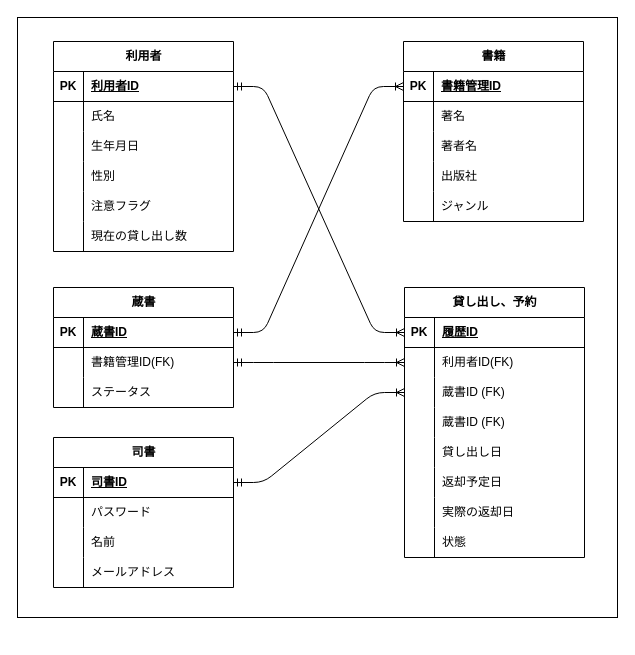
Above: ER/liblaly_ER図.drawio in lc-lor-lcb/liblary (draw.io), before the change. Source tidied: cells renumbered, new cells numbered last; positions are measured from the earlier drawing's top-left corner, leaving out a move shared by most shapes. Both pictures are drawn from the tidied source at 100%, with x=0, y=0 at pixel (17, 17).
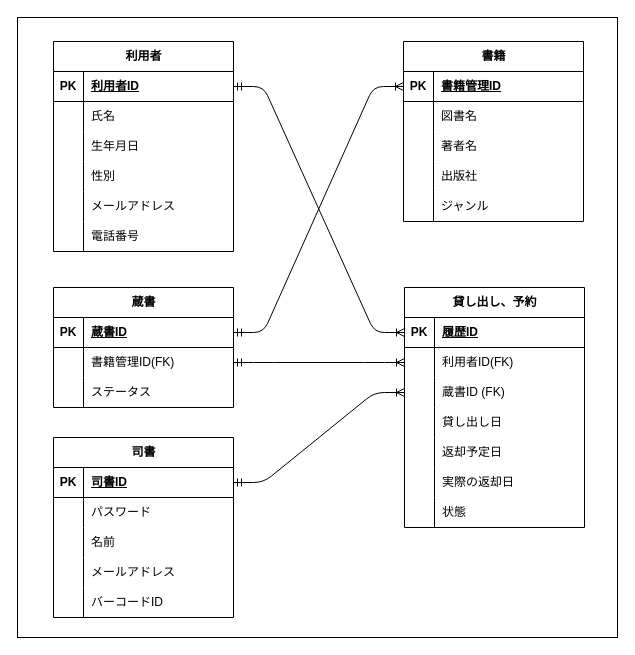
Above is the later version.

The change refers to these unchanged cells:
```xml
<mxCell id="3" value="利用者" style="shape=table;startSize=30;childLayout=tableLayout;rowLines=0;fontStyle=1;align=center;html=1;" parent="1" vertex="1">
  <mxGeometry x="36" y="24" width="180" height="210" as="geometry" />
</mxCell>
<mxCell id="19" style="shape=tableRow;horizontal=0;startSize=0;swimlaneHead=0;swimlaneBody=0;fillColor=none;top=0;left=0;right=0;bottom=0;" parent="3" vertex="1">
  <mxGeometry y="180" width="180" height="30" as="geometry" />
</mxCell>
<mxCell id="26" style="shape=tableRow;horizontal=0;startSize=0;swimlaneHead=0;swimlaneBody=0;fillColor=none;top=0;left=0;right=0;bottom=0;" parent="22" vertex="1">
  <mxGeometry y="60" width="180" height="30" as="geometry" />
</mxCell>
```

What changed in the source:
```diff
@@
     <mxCell id="2" style="whiteSpace=wrap;html=1;" parent="1" vertex="1">
-      <mxGeometry width="600" height="600" as="geometry" />
+      <mxGeometry width="600" height="620" as="geometry" />
     </mxCell>
@@
-    <mxCell id="16" style="shape=tableRow;horizontal=0;startSize=0;swimlaneHead=0;swimlaneBody=0;fillColor=none;top=0;left=0;right=0;bottom=0;" parent="3" vertex="1">
-      <mxGeometry y="150" width="180" height="30" as="geometry" />
-    </mxCell>
-    <mxCell id="17" style="shape=partialRectangle;fillColor=none;top=0;left=0;bottom=0;right=0;overflow=hidden;whiteSpace=wrap;html=1;" parent="16" vertex="1">
-      <mxGeometry width="30" height="30" as="geometry" />
-    </mxCell>
-    <mxCell id="18" value="注意フラグ" style="shape=partialRectangle;fillColor=none;top=0;left=0;bottom=0;right=0;align=left;spacingLeft=6;overflow=hidden;whiteSpace=wrap;html=1;" parent="16" vertex="1">
-      <mxGeometry x="30" width="150" height="30" as="geometry" />
-    </mxCell>
+    <mxCell id="90" style="shape=tableRow;horizontal=0;startSize=0;swimlaneHead=0;swimlaneBody=0;fillColor=none;top=0;left=0;right=0;bottom=0;" parent="3" vertex="1">
+      <mxGeometry y="150" width="180" height="30" as="geometry" />
+    </mxCell>
+    <mxCell id="91" value="&lt;div&gt;&lt;br&gt;&lt;/div&gt;" style="shape=partialRectangle;fillColor=none;top=0;left=0;bottom=0;right=0;overflow=hidden;whiteSpace=wrap;html=1;" parent="90" vertex="1">
+      <mxGeometry width="30" height="30" as="geometry" />
+    </mxCell>
+    <mxCell id="92" value="メールアドレス" style="shape=partialRectangle;fillColor=none;top=0;left=0;bottom=0;right=0;align=left;spacingLeft=6;overflow=hidden;whiteSpace=wrap;html=1;" parent="90" vertex="1">
+      <mxGeometry x="30" width="150" height="30" as="geometry" />
+    </mxCell>
@@
-    <mxCell id="20" value="&lt;div&gt;&lt;br&gt;&lt;/div&gt;" style="shape=partialRectangle;fillColor=none;top=0;left=0;bottom=0;right=0;overflow=hidden;whiteSpace=wrap;html=1;" parent="19" vertex="1">
-      <mxGeometry width="30" height="30" as="geometry" />
-    </mxCell>
-    <mxCell id="21" value="現在の貸し出し数" style="shape=partialRectangle;fillColor=none;top=0;left=0;bottom=0;right=0;align=left;spacingLeft=6;overflow=hidden;whiteSpace=wrap;html=1;" parent="19" vertex="1">
-      <mxGeometry x="30" width="150" height="30" as="geometry" />
-    </mxCell>
+    <mxCell id="93" value="&lt;div&gt;&lt;br&gt;&lt;/div&gt;" style="shape=partialRectangle;fillColor=none;top=0;left=0;bottom=0;right=0;overflow=hidden;whiteSpace=wrap;html=1;" parent="19" vertex="1">
+      <mxGeometry width="30" height="30" as="geometry" />
+    </mxCell>
+    <mxCell id="94" value="電話番号" style="shape=partialRectangle;fillColor=none;top=0;left=0;bottom=0;right=0;align=left;spacingLeft=6;overflow=hidden;whiteSpace=wrap;html=1;" parent="19" vertex="1">
+      <mxGeometry x="30" width="150" height="30" as="geometry" />
+    </mxCell>
@@
-    <mxCell id="28" value="著名" style="shape=partialRectangle;fillColor=none;top=0;left=0;bottom=0;right=0;align=left;spacingLeft=6;overflow=hidden;whiteSpace=wrap;html=1;" parent="26" vertex="1">
+    <mxCell id="28" value="図書名" style="shape=partialRectangle;fillColor=none;top=0;left=0;bottom=0;right=0;align=left;spacingLeft=6;overflow=hidden;whiteSpace=wrap;html=1;" parent="26" vertex="1">
       <mxGeometry x="30" width="150" height="30" as="geometry" />
     </mxCell>
@@
     <mxCell id="48" value="貸し出し、予約" style="shape=table;startSize=30;childLayout=tableLayout;rowLines=0;fontStyle=1;align=center;html=1;" parent="1" vertex="1">
-      <mxGeometry x="387" y="270" width="180" height="270" as="geometry" />
+      <mxGeometry x="387" y="270" width="180" height="240" as="geometry" />
     </mxCell>
@@
-    <mxCell id="58" style="shape=tableRow;horizontal=0;startSize=0;swimlaneHead=0;swimlaneBody=0;fillColor=none;top=0;left=0;right=0;bottom=0;" parent="48" vertex="1">
-      <mxGeometry y="120" width="180" height="30" as="geometry" />
-    </mxCell>
-    <mxCell id="59" style="shape=partialRectangle;fillColor=none;top=0;left=0;bottom=0;right=0;overflow=hidden;whiteSpace=wrap;html=1;" parent="58" vertex="1">
-      <mxGeometry width="30" height="30" as="geometry" />
-    </mxCell>
-    <mxCell id="60" value="&lt;span style=&quot;color: rgb(0, 0, 0);&quot;&gt;蔵書ID (FK)&lt;/span&gt;" style="shape=partialRectangle;fillColor=none;top=0;left=0;bottom=0;right=0;align=left;spacingLeft=6;overflow=hidden;whiteSpace=wrap;html=1;" parent="58" vertex="1">
-      <mxGeometry x="30" width="150" height="30" as="geometry" />
-    </mxCell>
     <mxCell id="61" style="shape=tableRow;horizontal=0;startSize=0;swimlaneHead=0;swimlaneBody=0;fillColor=none;top=0;left=0;right=0;bottom=0;" parent="48" vertex="1">
-      <mxGeometry y="150" width="180" height="30" as="geometry" />
+      <mxGeometry y="120" width="180" height="30" as="geometry" />
     </mxCell>
@@
     <mxCell id="64" style="shape=tableRow;horizontal=0;startSize=0;swimlaneHead=0;swimlaneBody=0;fillColor=none;top=0;left=0;right=0;bottom=0;" parent="48" vertex="1">
-      <mxGeometry y="180" width="180" height="30" as="geometry" />
+      <mxGeometry y="150" width="180" height="30" as="geometry" />
     </mxCell>
@@
     <mxCell id="67" style="shape=tableRow;horizontal=0;startSize=0;swimlaneHead=0;swimlaneBody=0;fillColor=none;top=0;left=0;right=0;bottom=0;" parent="48" vertex="1">
-      <mxGeometry y="210" width="180" height="30" as="geometry" />
+      <mxGeometry y="180" width="180" height="30" as="geometry" />
     </mxCell>
@@
     <mxCell id="70" style="shape=tableRow;horizontal=0;startSize=0;swimlaneHead=0;swimlaneBody=0;fillColor=none;top=0;left=0;right=0;bottom=0;" parent="48" vertex="1">
-      <mxGeometry y="240" width="180" height="30" as="geometry" />
+      <mxGeometry y="210" width="180" height="30" as="geometry" />
     </mxCell>
@@
     <mxCell id="73" value="司書" style="shape=table;startSize=30;childLayout=tableLayout;rowLines=0;fontStyle=1;align=center;html=1;" parent="1" vertex="1">
-      <mxGeometry x="36" y="420" width="180" height="150" as="geometry" />
+      <mxGeometry x="36" y="420" width="180" height="180" as="geometry" />
     </mxCell>
@@
+    <mxCell id="95" style="shape=tableRow;horizontal=0;startSize=0;swimlaneHead=0;swimlaneBody=0;fillColor=none;top=0;left=0;right=0;bottom=0;" parent="73" vertex="1">
+      <mxGeometry y="150" width="180" height="30" as="geometry" />
+    </mxCell>
+    <mxCell id="96" style="shape=partialRectangle;fillColor=none;top=0;left=0;bottom=0;right=0;overflow=hidden;whiteSpace=wrap;html=1;" parent="95" vertex="1">
+      <mxGeometry width="30" height="30" as="geometry" />
+    </mxCell>
+    <mxCell id="97" value="バーコードID" style="shape=partialRectangle;fillColor=none;top=0;left=0;bottom=0;right=0;align=left;spacingLeft=6;overflow=hidden;whiteSpace=wrap;html=1;" parent="95" vertex="1">
+      <mxGeometry x="30" width="150" height="30" as="geometry" />
+    </mxCell>
```
